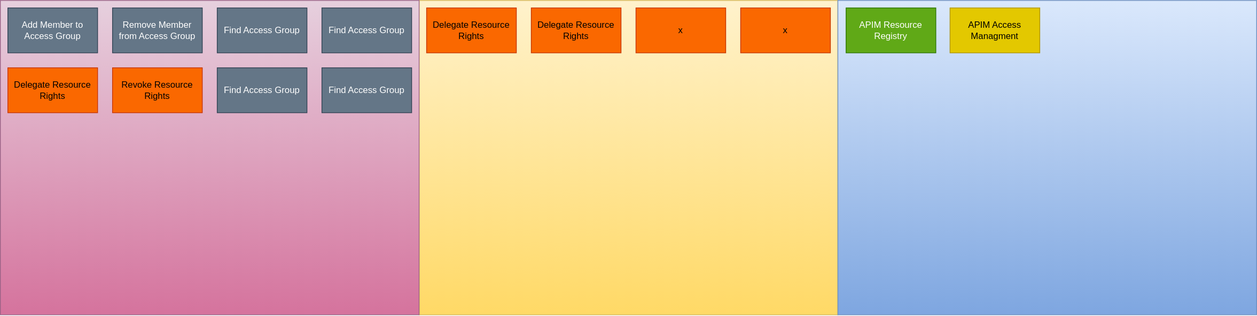
The draw.io diagram content/technology/solutions/altinn-platform/authorization/modernizationstatus.drawio.svg in Altinn/altinn-studio-docs, before a commit. Source tidied: cells renumbered, new cells last; positions are measured from the earlier drawing's top-left corner, leaving out a move shared by most shapes.
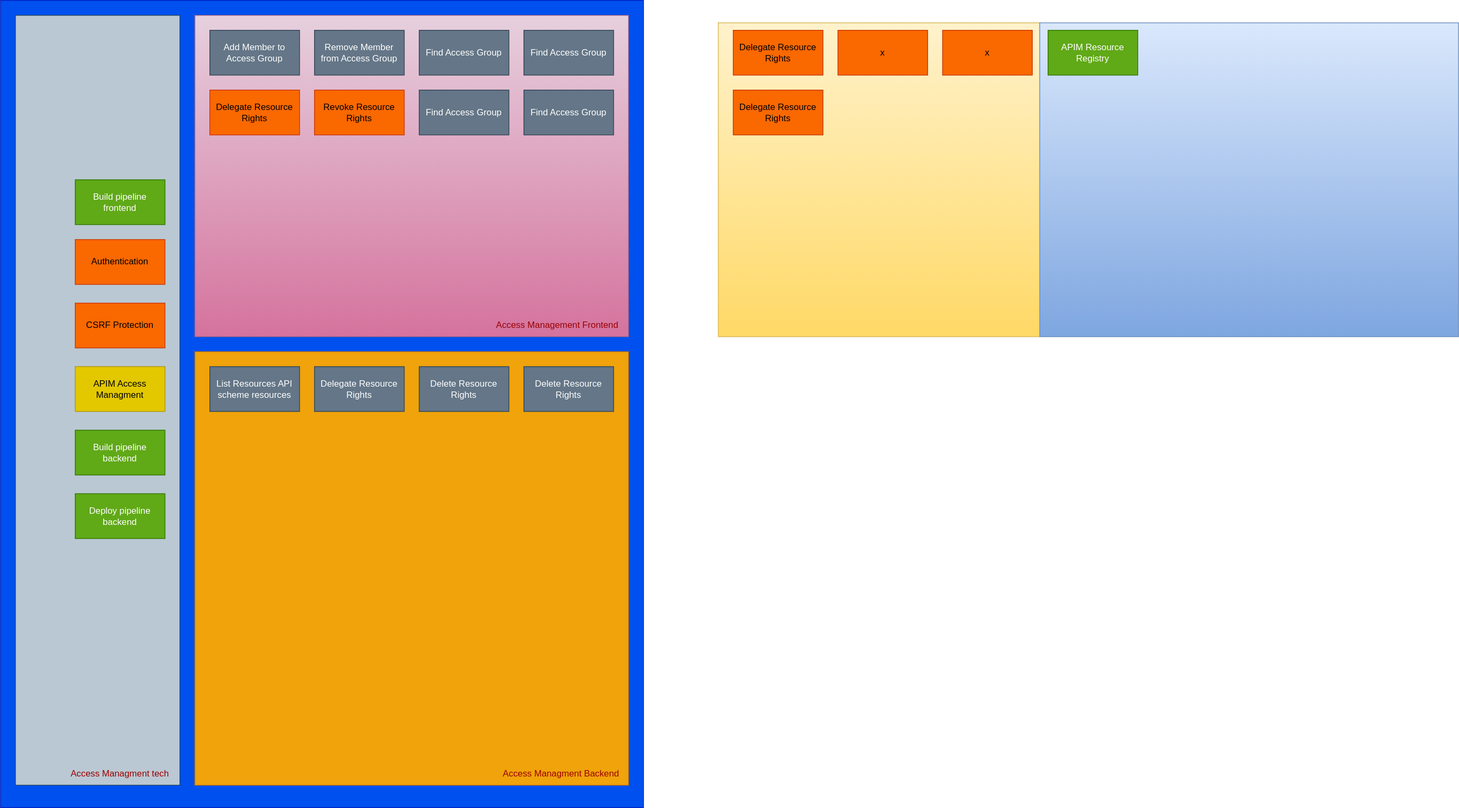
After the change.

Commit message:
link fix and drawing update

Change to the diagram source:
```diff
@@ -2,11 +2,17 @@
   <root>
     <mxCell id="0" />
     <mxCell id="1" parent="0" />
+    <mxCell id="19" style="rounded=0;whiteSpace=wrap;html=1;fillColor=#0050ef;fontColor=#ffffff;strokeColor=#001DBC;" parent="1" vertex="1">
+      <mxGeometry x="-270" y="-30" width="860" height="1080" as="geometry" />
+    </mxCell>
+    <mxCell id="20" style="rounded=0;whiteSpace=wrap;html=1;fillColor=#bac8d3;strokeColor=#23445d;" parent="1" vertex="1">
+      <mxGeometry x="-250" y="-10" width="220" height="1030" as="geometry" />
+    </mxCell>
     <mxCell id="2" style="rounded=0;whiteSpace=wrap;html=1;fillColor=#fff2cc;gradientColor=#ffd966;strokeColor=#d6b656;" parent="1" vertex="1">
-      <mxGeometry x="560" width="560" height="420" as="geometry" />
+      <mxGeometry x="690" width="430" height="420" as="geometry" />
     </mxCell>
     <mxCell id="3" style="rounded=0;whiteSpace=wrap;html=1;fillColor=#e6d0de;gradientColor=#d5739d;strokeColor=#996185;" parent="1" vertex="1">
-      <mxGeometry width="560" height="420" as="geometry" />
+      <mxGeometry x="-10" y="-10" width="580" height="430" as="geometry" />
     </mxCell>
     <mxCell id="4" value="Add Member to Access Group" style="rounded=0;whiteSpace=wrap;html=1;fillColor=#647687;fontColor=#ffffff;strokeColor=#314354;" parent="1" vertex="1">
       <mxGeometry x="10" y="10" width="120" height="60" as="geometry" />
@@ -33,7 +39,7 @@
       <mxGeometry x="430" y="90" width="120" height="60" as="geometry" />
     </mxCell>
     <mxCell id="12" value="Delegate Resource Rights" style="rounded=0;whiteSpace=wrap;html=1;fillColor=#fa6800;fontColor=#000000;strokeColor=#C73500;" parent="1" vertex="1">
-      <mxGeometry x="570" y="10" width="120" height="60" as="geometry" />
+      <mxGeometry x="710" y="90" width="120" height="60" as="geometry" />
     </mxCell>
     <mxCell id="13" value="Delegate Resource Rights" style="rounded=0;whiteSpace=wrap;html=1;fillColor=#fa6800;fontColor=#000000;strokeColor=#C73500;" parent="1" vertex="1">
       <mxGeometry x="710" y="10" width="120" height="60" as="geometry" />
@@ -51,7 +57,46 @@
       <mxGeometry x="990" y="10" width="120" height="60" as="geometry" />
     </mxCell>
     <mxCell id="18" value="APIM Access Managment" style="rounded=0;whiteSpace=wrap;html=1;fillColor=#e3c800;fontColor=#000000;strokeColor=#B09500;" parent="1" vertex="1">
-      <mxGeometry x="1270" y="10" width="120" height="60" as="geometry" />
+      <mxGeometry x="-170" y="460" width="120" height="60" as="geometry" />
     </mxCell>
+    <mxCell id="21" style="rounded=0;whiteSpace=wrap;html=1;fillColor=#f0a30a;fontColor=#000000;strokeColor=#BD7000;" parent="1" vertex="1">
+      <mxGeometry x="-10" y="440" width="580" height="580" as="geometry" />
+    </mxCell>
+    <mxCell id="22" value="List Resources API scheme resources" style="rounded=0;whiteSpace=wrap;html=1;fillColor=#647687;fontColor=#ffffff;strokeColor=#314354;" parent="1" vertex="1">
+      <mxGeometry x="10" y="460" width="120" height="60" as="geometry" />
+    </mxCell>
+    <mxCell id="23" value="Delegate Resource Rights" style="rounded=0;whiteSpace=wrap;html=1;fillColor=#647687;fontColor=#ffffff;strokeColor=#314354;" parent="1" vertex="1">
+      <mxGeometry x="150" y="460" width="120" height="60" as="geometry" />
+    </mxCell>
+    <mxCell id="24" value="Delete Resource Rights" style="rounded=0;whiteSpace=wrap;html=1;fillColor=#647687;fontColor=#ffffff;strokeColor=#314354;" parent="1" vertex="1">
+      <mxGeometry x="290" y="460" width="120" height="60" as="geometry" />
+    </mxCell>
+    <mxCell id="25" value="Delete Resource Rights" style="rounded=0;whiteSpace=wrap;html=1;fillColor=#647687;fontColor=#ffffff;strokeColor=#314354;" parent="1" vertex="1">
+      <mxGeometry x="430" y="460" width="120" height="60" as="geometry" />
+    </mxCell>
+    <mxCell id="26" value="Access Managment Backend" style="text;html=1;strokeColor=none;fillColor=none;align=center;verticalAlign=middle;whiteSpace=wrap;rounded=0;fontColor=#990000;" parent="1" vertex="1">
+      <mxGeometry x="400" y="990" width="160" height="30" as="geometry" />
+    </mxCell>
+    <mxCell id="27" value="Access Management Frontend" style="text;html=1;strokeColor=none;fillColor=none;align=center;verticalAlign=middle;whiteSpace=wrap;rounded=0;fontColor=#990000;" parent="1" vertex="1">
+      <mxGeometry x="380" y="390" width="190" height="30" as="geometry" />
+    </mxCell>
+    <mxCell id="28" value="Access Managment tech" style="text;html=1;strokeColor=none;fillColor=none;align=center;verticalAlign=middle;whiteSpace=wrap;rounded=0;fontColor=#990000;" parent="1" vertex="1">
+      <mxGeometry x="-190" y="990" width="160" height="30" as="geometry" />
+    </mxCell>
+    <mxCell id="29" value="Build pipeline backend" style="rounded=0;whiteSpace=wrap;html=1;fillColor=#60a917;fontColor=#ffffff;strokeColor=#2D7600;" parent="1" vertex="1">
+      <mxGeometry x="-170" y="545" width="120" height="60" as="geometry" />
+    </mxCell>
+    <mxCell id="30" value="Deploy pipeline backend" style="rounded=0;whiteSpace=wrap;html=1;fillColor=#60a917;fontColor=#ffffff;strokeColor=#2D7600;" parent="1" vertex="1">
+      <mxGeometry x="-170" y="630" width="120" height="60" as="geometry" />
+    </mxCell>
+    <mxCell id="31" value="CSRF Protection" style="rounded=0;whiteSpace=wrap;html=1;fillColor=#fa6800;fontColor=#000000;strokeColor=#C73500;" parent="1" vertex="1">
+      <mxGeometry x="-170" y="375" width="120" height="60" as="geometry" />
+    </mxCell>
+    <mxCell id="32" value="Authentication" style="rounded=0;whiteSpace=wrap;html=1;fillColor=#fa6800;fontColor=#000000;strokeColor=#C73500;" parent="1" vertex="1">
+      <mxGeometry x="-170" y="290" width="120" height="60" as="geometry" />
+    </mxCell>
+    <mxCell id="33" value="Build pipeline frontend" style="rounded=0;whiteSpace=wrap;html=1;fillColor=#60a917;fontColor=#ffffff;strokeColor=#2D7600;" parent="1" vertex="1">
+      <mxGeometry x="-170" y="210" width="120" height="60" as="geometry" />
+    </mxCell>
   </root>
 </mxGraphModel>
```
